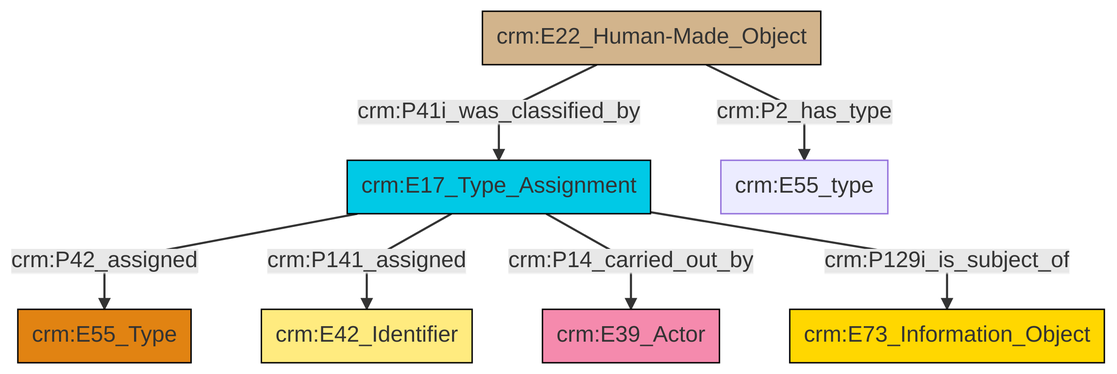
Before: et/builtWorkCSV/ttl/mmd/png/Built_Work_designation_status.png, a diagram exported from Mermaid (swiss-art-research-net/reference-data-models). Its source is kept beside it as et/builtWorkCSV/ttl/mmd/Built_Work_designation_status.ttl.mmd.
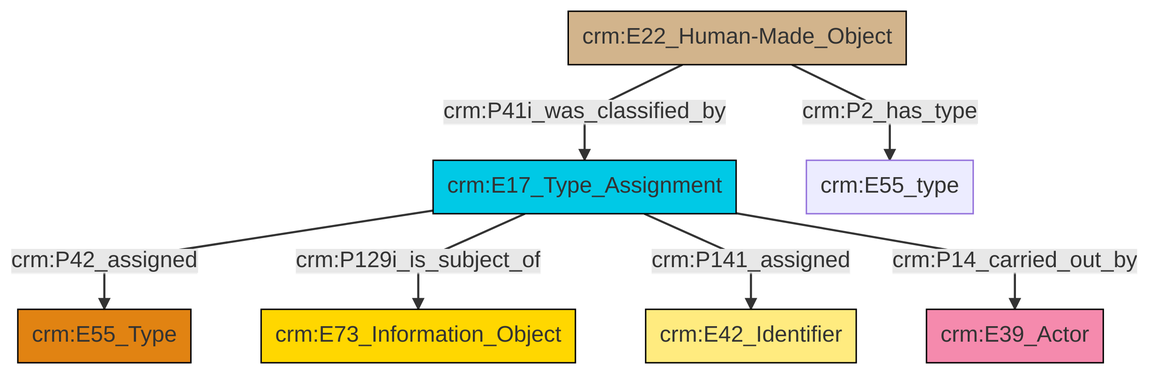
Later version of the same file.

What changed in the source:
```diff
@@ -13,9 +13,9 @@
 classDef PC_Classes fill:#4ce600, stroke:#000000;
 classDef Multi fill:#cccccc,stroke:#000000;
 
-0["crm:E17_Type_Assignment"]:::Temporal_Entity -->|crm:P42_assigned| 4["crm:E55_Type"]:::Type
-5["crm:E22_Human-Made_Object"]:::Physical_Thing -->|crm:P2_has_type| 6["crm:E55_type"]:::Default
-0["crm:E17_Type_Assignment"]:::Temporal_Entity -->|crm:P141_assigned| 7["crm:E42_Identifier"]:::Appellation
-5["crm:E22_Human-Made_Object"]:::Physical_Thing -->|crm:P41i_was_classified_by| 0["crm:E17_Type_Assignment"]:::Temporal_Entity
-0["crm:E17_Type_Assignment"]:::Temporal_Entity -->|crm:P14_carried_out_by| 2["crm:E39_Actor"]:::Actor
-0["crm:E17_Type_Assignment"]:::Temporal_Entity -->|crm:P129i_is_subject_of| 10["crm:E73_Information_Object"]:::Conceptual_Object
+4["crm:E17_Type_Assignment"]:::Temporal_Entity -->|crm:P42_assigned| 0["crm:E55_Type"]:::Type
+4["crm:E17_Type_Assignment"]:::Temporal_Entity -->|crm:P129i_is_subject_of| 7["crm:E73_Information_Object"]:::Conceptual_Object
+2["crm:E22_Human-Made_Object"]:::Physical_Thing -->|crm:P41i_was_classified_by| 4["crm:E17_Type_Assignment"]:::Temporal_Entity
+4["crm:E17_Type_Assignment"]:::Temporal_Entity -->|crm:P141_assigned| 11["crm:E42_Identifier"]:::Appellation
+2["crm:E22_Human-Made_Object"]:::Physical_Thing -->|crm:P2_has_type| 5["crm:E55_type"]:::Default
+4["crm:E17_Type_Assignment"]:::Temporal_Entity -->|crm:P14_carried_out_by| 9["crm:E39_Actor"]:::Actor
```
